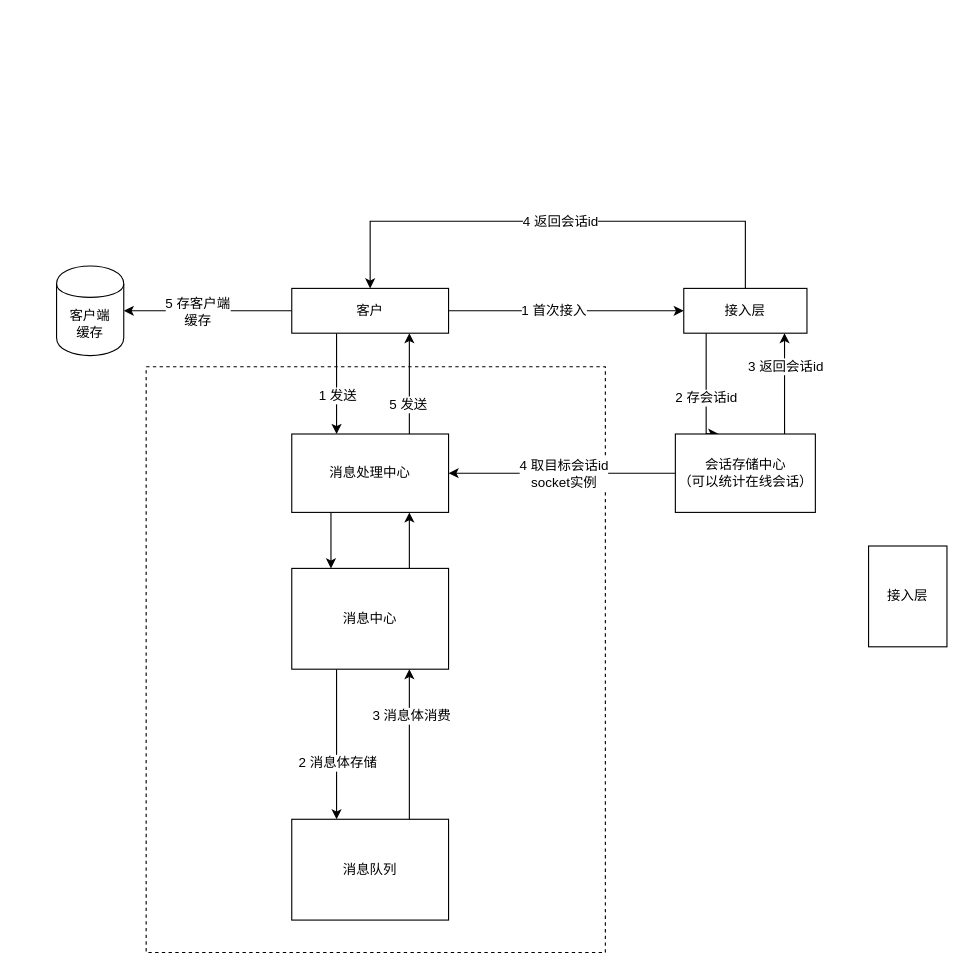
Before: 未命名表单.drawio in vipchens/websocket, a draw.io diagram. Source tidied: cells renumbered, new cells numbered last; positions are measured from the earlier drawing's top-left corner, leaving out a move shared by most shapes. Both pictures are drawn from the tidied source at 112%, with x=0, y=0 at pixel (56, 221).
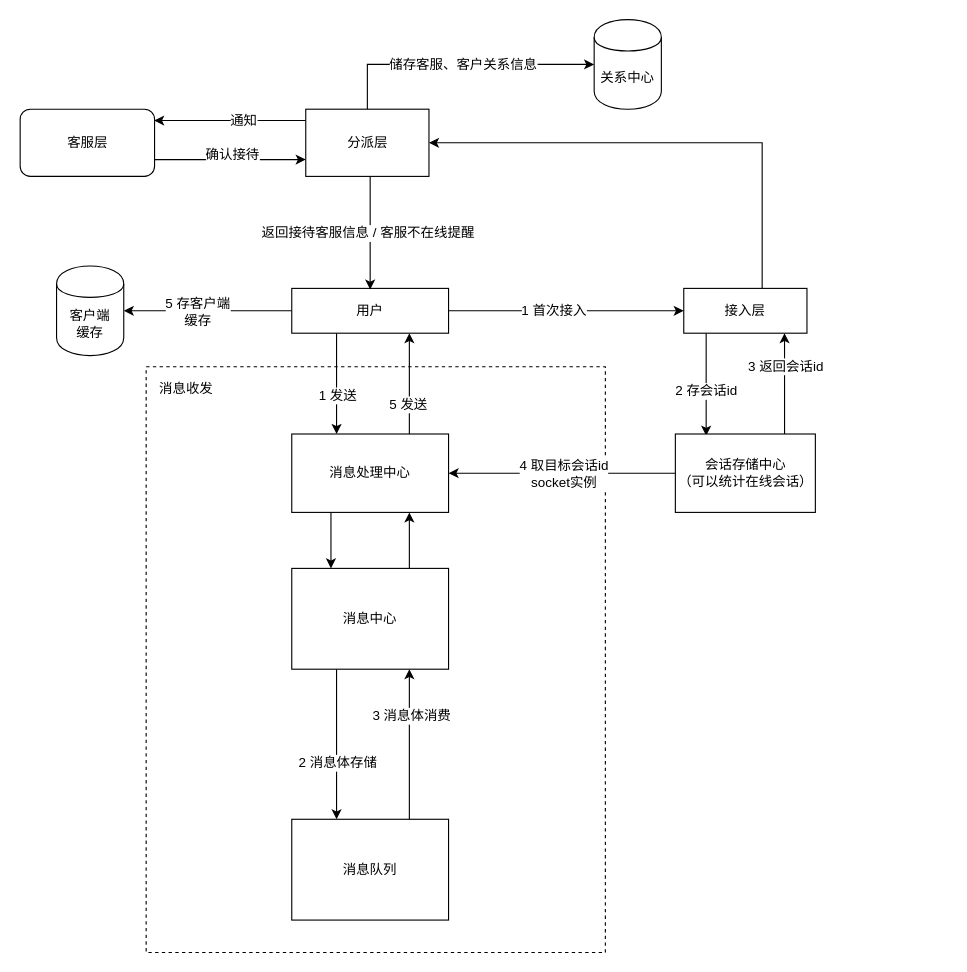
The same diagram, later.

The change refers to these unchanged cells:
```xml
<mxCell id="26" value="接入层" style="rounded=0;whiteSpace=wrap;html=1;" parent="1" vertex="1">
  <mxGeometry x="560" y="60" width="110" height="40" as="geometry" />
</mxCell>
<mxCell id="31" value="会话存储中心&lt;br&gt;（可以统计在线会话）" style="rounded=0;whiteSpace=wrap;html=1;" parent="1" vertex="1">
  <mxGeometry x="552.5" y="190" width="125" height="70" as="geometry" />
</mxCell>
```

Change to the diagram source:
```diff
@@
-    <mxCell id="9" value="客户" style="rounded=0;whiteSpace=wrap;html=1;" parent="1" vertex="1">
+    <mxCell id="9" value="用户" style="rounded=0;whiteSpace=wrap;html=1;" parent="1" vertex="1">
       <mxGeometry x="210" y="60" width="140" height="40" as="geometry" />
     </mxCell>
@@
-    <mxCell id="21" value="接入层" style="rounded=0;whiteSpace=wrap;html=1;" parent="1" vertex="1">
-      <mxGeometry x="725" y="290" width="70" height="90" as="geometry" />
-    </mxCell>
-    <mxCell id="22" style="edgeStyle=orthogonalEdgeStyle;rounded=0;jettySize=auto;html=1;entryX=0.5;entryY=0;entryDx=0;entryDy=0;" parent="1" edge="1" source="26" target="9">
-      <mxGeometry relative="1" as="geometry">
-        <Array as="points">
-          <mxPoint x="615" />
-          <mxPoint x="280" />
-        </Array>
-      </mxGeometry>
-    </mxCell>
-    <mxCell id="23" value="4 返回会话id" style="text;html=1;align=center;verticalAlign=middle;labelBackgroundColor=#ffffff;" parent="22" vertex="1">
-      <mxGeometry y="1" relative="1" as="geometry">
-        <mxPoint x="2.5" y="-1" as="offset" />
-      </mxGeometry>
-    </mxCell>
-    <mxCell id="24" style="edgeStyle=orthogonalEdgeStyle;rounded=0;jettySize=auto;html=1;entryX=0.307;entryY=-0.003;entryDx=0;entryDy=0;entryPerimeter=0;" parent="1" edge="1" source="26" target="31">
+    <mxCell id="24" style="edgeStyle=orthogonalEdgeStyle;rounded=0;jettySize=auto;html=1;entryX=0.22;entryY=0.022;entryDx=0;entryDy=0;entryPerimeter=0;" parent="1" edge="1" source="26" target="31">
       <mxGeometry relative="1" as="geometry">
         <Array as="points">
-          <mxPoint x="580" y="190" />
+          <mxPoint x="580" y="120" />
+          <mxPoint x="580" y="120" />
         </Array>
       </mxGeometry>
     </mxCell>
@@
+    <mxCell id="33" style="edgeStyle=orthogonalEdgeStyle;rounded=0;jettySize=auto;html=1;entryX=1;entryY=0.5;entryDx=0;entryDy=0;" parent="1" edge="1" source="26" target="40">
+      <mxGeometry relative="1" as="geometry">
+        <Array as="points">
+          <mxPoint x="630" y="-70" />
+        </Array>
+      </mxGeometry>
+    </mxCell>
@@
+    <mxCell id="34" style="edgeStyle=orthogonalEdgeStyle;rounded=0;jettySize=auto;html=1;entryX=0.997;entryY=0.169;entryDx=0;entryDy=0;entryPerimeter=0;" parent="1" edge="1" source="40" target="44">
+      <mxGeometry relative="1" as="geometry">
+        <Array as="points">
+          <mxPoint x="197.5" y="-90" />
+        </Array>
+      </mxGeometry>
+    </mxCell>
+    <mxCell id="35" value="通知" style="text;html=1;align=center;verticalAlign=middle;labelBackgroundColor=#ffffff;" parent="34" vertex="1">
+      <mxGeometry x="0.7" y="3" relative="1" as="geometry">
+        <mxPoint x="59" y="-3" as="offset" />
+      </mxGeometry>
+    </mxCell>
+    <mxCell id="36" style="edgeStyle=orthogonalEdgeStyle;rounded=0;jettySize=auto;html=1;" parent="1" edge="1" source="40">
+      <mxGeometry relative="1" as="geometry">
+        <mxPoint x="280" y="61" as="targetPoint" />
+        <Array as="points">
+          <mxPoint x="280" y="61" />
+        </Array>
+      </mxGeometry>
+    </mxCell>
+    <mxCell id="37" value="返回接待客服信息 / 客服不在线提醒" style="text;html=1;align=center;verticalAlign=middle;labelBackgroundColor=#ffffff;" parent="36" vertex="1">
+      <mxGeometry x="-0.86" y="1" relative="1" as="geometry">
+        <mxPoint x="-3.5" y="43.5" as="offset" />
+      </mxGeometry>
+    </mxCell>
+    <mxCell id="38" style="edgeStyle=orthogonalEdgeStyle;rounded=0;jettySize=auto;html=1;" parent="1" edge="1" source="40" target="45">
+      <mxGeometry relative="1" as="geometry">
+        <Array as="points">
+          <mxPoint x="278" y="-140" />
+        </Array>
+      </mxGeometry>
+    </mxCell>
+    <mxCell id="39" value="储存客服、客户关系信息" style="text;html=1;align=center;verticalAlign=middle;labelBackgroundColor=#ffffff;" parent="38" vertex="1">
+      <mxGeometry x="-0.53" y="-9" relative="1" as="geometry">
+        <mxPoint x="68" y="-9" as="offset" />
+      </mxGeometry>
+    </mxCell>
+    <mxCell id="40" value="分派层" style="rounded=0;whiteSpace=wrap;html=1;" parent="1" vertex="1">
+      <mxGeometry x="222.5" y="-100" width="110" height="60" as="geometry" />
+    </mxCell>
@@
+    <mxCell id="41" value="消息收发" style="text;html=1;align=left;verticalAlign=top;spacingTop=-4;" parent="1" vertex="1">
+      <mxGeometry x="90" y="140" width="60" height="20" as="geometry" />
+    </mxCell>
+    <mxCell id="42" style="edgeStyle=orthogonalEdgeStyle;rounded=0;jettySize=auto;html=1;exitX=1;exitY=0.75;exitDx=0;exitDy=0;" parent="1" edge="1" source="44">
+      <mxGeometry relative="1" as="geometry">
+        <mxPoint x="222.5" y="-55" as="targetPoint" />
+        <Array as="points">
+          <mxPoint x="222.5" y="-55" />
+          <mxPoint x="222.5" y="-55" />
+        </Array>
+      </mxGeometry>
+    </mxCell>
+    <mxCell id="43" value="确认接待" style="text;html=1;align=center;verticalAlign=middle;labelBackgroundColor=#ffffff;" parent="42" vertex="1">
+      <mxGeometry x="-0.77" relative="1" as="geometry">
+        <mxPoint x="52.5" y="-5" as="offset" />
+      </mxGeometry>
+    </mxCell>
+    <mxCell id="44" value="客服层" style="rounded=1;whiteSpace=wrap;html=1;" parent="1" vertex="1">
+      <mxGeometry x="-32.5" y="-100" width="120" height="60" as="geometry" />
+    </mxCell>
+    <mxCell id="45" value="关系中心" style="shape=cylinder;whiteSpace=wrap;html=1;boundedLbl=1;backgroundOutline=1;" parent="1" vertex="1">
+      <mxGeometry x="480" y="-180" width="60" height="80" as="geometry" />
+    </mxCell>
```
